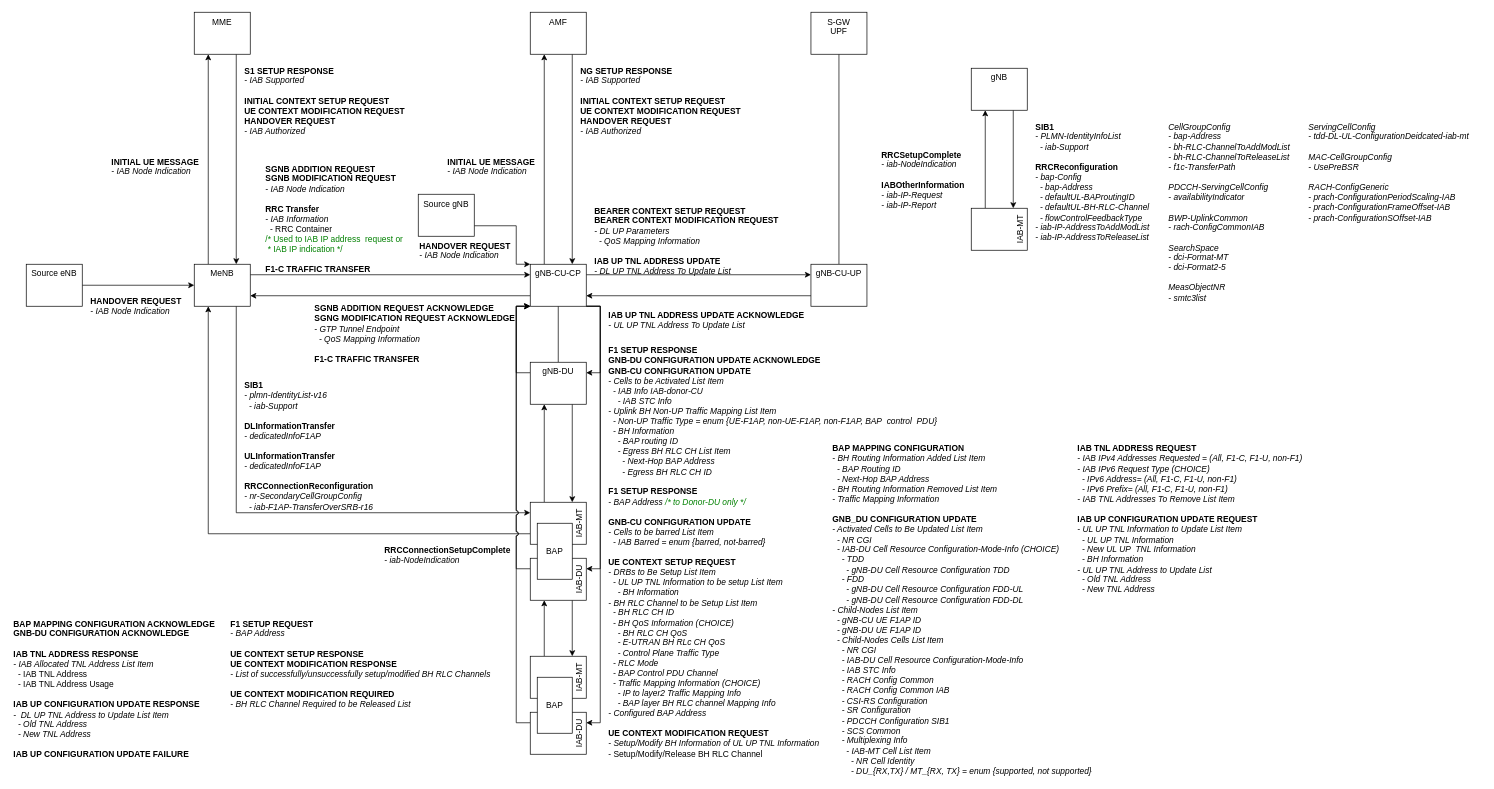
Earlier version of the draw.io diagram overview.drawio (3gpp-network/iab). Source tidied: cells renumbered, new cells numbered last; positions are measured from the earlier drawing's top-left corner, leaving out a move shared by most shapes. Both pictures are drawn from the tidied source at 70%, with x=0, y=0 at pixel (12, 12).
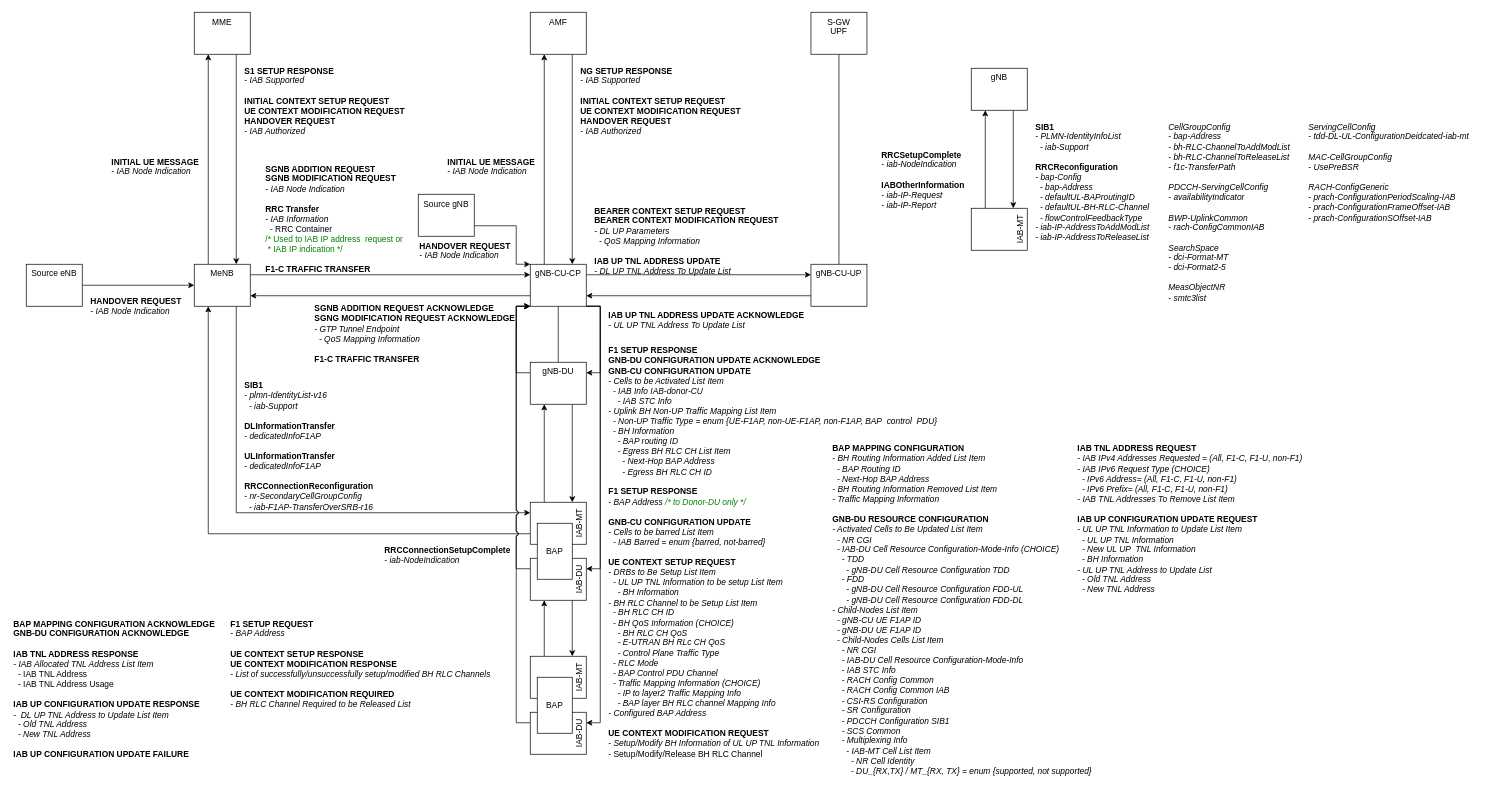
After the change.

What changed in the source:
```diff
@@
-    <mxCell id="54" value="&lt;b&gt;BAP MAPPING CONFIGURATION&lt;br&gt;&lt;/b&gt;&lt;i&gt;- BH Routing Information Added List Item&lt;/i&gt;&lt;br&gt;&lt;i&gt;&amp;nbsp; - BAP Routing ID&lt;/i&gt;&lt;br&gt;&lt;i&gt;&amp;nbsp; - Next-Hop BAP Address&lt;/i&gt;&lt;br&gt;&lt;i&gt;- BH Routing Information Removed List Item&lt;/i&gt;&lt;br&gt;&lt;i&gt;- Traffic Mapping Information&lt;/i&gt;&lt;br&gt;&lt;br&gt;&lt;b&gt;GNB_DU CONFIGURATION UPDATE&lt;/b&gt;&lt;br&gt;&lt;i&gt;- Activated Cells to Be Updated List Item&lt;br&gt;&amp;nbsp; - NR CGI&lt;br&gt;&amp;nbsp; - IAB-DU Cell Resource Configuration-Mode-Info (CHOICE)&lt;br&gt;&amp;nbsp; &amp;nbsp; - TDD&lt;br&gt;&amp;nbsp; &amp;nbsp; &amp;nbsp; - gNB-DU Cell Resource Configuration TDD&lt;br&gt;&amp;nbsp; &amp;nbsp; - FDD&lt;br&gt;&amp;nbsp; &amp;nbsp; &amp;nbsp; - gNB-DU Cell Resource Configuration FDD-UL&lt;br&gt;&amp;nbsp; &amp;nbsp; &amp;nbsp; - gNB-DU Cell Resource Configuration FDD-DL&lt;br&gt;- Child-Nodes List Item&lt;br&gt;&amp;nbsp; - gNB-CU UE F1AP ID&lt;br&gt;&amp;nbsp; - gNB-DU UE F1AP ID&lt;br&gt;&amp;nbsp; - Child-Nodes Cells List Item&lt;br&gt;&amp;nbsp; &amp;nbsp; - NR CGI&lt;br&gt;&amp;nbsp; &amp;nbsp; - IAB-DU Cell Resource Configuration-Mode-Info&lt;br&gt;&amp;nbsp; &amp;nbsp; - IAB STC Info&lt;br&gt;&amp;nbsp; &amp;nbsp; - RACH Config Common&lt;br&gt;&amp;nbsp; &amp;nbsp; - RACH Config Common IAB&lt;br&gt;&amp;nbsp; &amp;nbsp; - CSI-RS Configuration&lt;br&gt;&amp;nbsp; &amp;nbsp; - SR Configuration&lt;br&gt;&amp;nbsp; &amp;nbsp; - PDCCH Configuration SIB1&lt;br&gt;&amp;nbsp; &amp;nbsp; - SCS Common&lt;br&gt;&amp;nbsp; &amp;nbsp; - Multiplexing Info&lt;br&gt;&amp;nbsp; &amp;nbsp; &amp;nbsp; - IAB-MT Cell List Item&lt;br&gt;&amp;nbsp; &amp;nbsp; &amp;nbsp; &amp;nbsp; - NR Cell Identity&lt;br&gt;&amp;nbsp; &amp;nbsp; &amp;nbsp; &amp;nbsp; - DU_{RX,TX} / MT_{RX, TX} = enum {supported, not supported}&lt;br&gt;&lt;/i&gt;" style="text;html=1;align=left;verticalAlign=top;" parent="1" vertex="1">
+    <mxCell id="54" value="&lt;b&gt;BAP MAPPING CONFIGURATION&lt;br&gt;&lt;/b&gt;&lt;i&gt;- BH Routing Information Added List Item&lt;/i&gt;&lt;br&gt;&lt;i&gt;&amp;nbsp; - BAP Routing ID&lt;/i&gt;&lt;br&gt;&lt;i&gt;&amp;nbsp; - Next-Hop BAP Address&lt;/i&gt;&lt;br&gt;&lt;i&gt;- BH Routing Information Removed List Item&lt;/i&gt;&lt;br&gt;&lt;i&gt;- Traffic Mapping Information&lt;/i&gt;&lt;br&gt;&lt;br&gt;&lt;b&gt;GNB-DU RESOURCE CONFIGURATION&lt;/b&gt;&lt;br&gt;&lt;i&gt;- Activated Cells to Be Updated List Item&lt;br&gt;&amp;nbsp; - NR CGI&lt;br&gt;&amp;nbsp; - IAB-DU Cell Resource Configuration-Mode-Info (CHOICE)&lt;br&gt;&amp;nbsp; &amp;nbsp; - TDD&lt;br&gt;&amp;nbsp; &amp;nbsp; &amp;nbsp; - gNB-DU Cell Resource Configuration TDD&lt;br&gt;&amp;nbsp; &amp;nbsp; - FDD&lt;br&gt;&amp;nbsp; &amp;nbsp; &amp;nbsp; - gNB-DU Cell Resource Configuration FDD-UL&lt;br&gt;&amp;nbsp; &amp;nbsp; &amp;nbsp; - gNB-DU Cell Resource Configuration FDD-DL&lt;br&gt;- Child-Nodes List Item&lt;br&gt;&amp;nbsp; - gNB-CU UE F1AP ID&lt;br&gt;&amp;nbsp; - gNB-DU UE F1AP ID&lt;br&gt;&amp;nbsp; - Child-Nodes Cells List Item&lt;br&gt;&amp;nbsp; &amp;nbsp; - NR CGI&lt;br&gt;&amp;nbsp; &amp;nbsp; - IAB-DU Cell Resource Configuration-Mode-Info&lt;br&gt;&amp;nbsp; &amp;nbsp; - IAB STC Info&lt;br&gt;&amp;nbsp; &amp;nbsp; - RACH Config Common&lt;br&gt;&amp;nbsp; &amp;nbsp; - RACH Config Common IAB&lt;br&gt;&amp;nbsp; &amp;nbsp; - CSI-RS Configuration&lt;br&gt;&amp;nbsp; &amp;nbsp; - SR Configuration&lt;br&gt;&amp;nbsp; &amp;nbsp; - PDCCH Configuration SIB1&lt;br&gt;&amp;nbsp; &amp;nbsp; - SCS Common&lt;br&gt;&amp;nbsp; &amp;nbsp; - Multiplexing Info&lt;br&gt;&amp;nbsp; &amp;nbsp; &amp;nbsp; - IAB-MT Cell List Item&lt;br&gt;&amp;nbsp; &amp;nbsp; &amp;nbsp; &amp;nbsp; - NR Cell Identity&lt;br&gt;&amp;nbsp; &amp;nbsp; &amp;nbsp; &amp;nbsp; - DU_{RX,TX} / MT_{RX, TX} = enum {supported, not supported}&lt;br&gt;&lt;/i&gt;" style="text;html=1;align=left;verticalAlign=top;" parent="1" vertex="1">
       <mxGeometry x="1170" y="610" width="390" height="450" as="geometry" />
     </mxCell>
```
